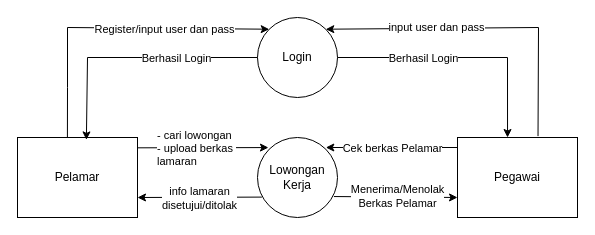
Before: page "DFD LEVEL 0" (2 of 5) of Diagram Tanpa Judul.drawio in aybe438/aybe438, a draw.io diagram. Source tidied: cells renumbered, new cells numbered last; positions are measured from the earlier drawing's top-left corner, leaving out a move shared by most shapes. Both pictures are drawn from the tidied source at 100%, with x=0, y=0 at pixel (17, 17).
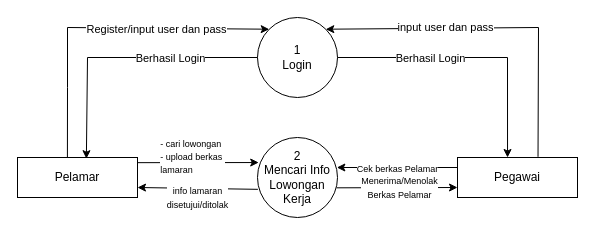
The same diagram, later.

What changed in the source:
```diff
@@
-    <mxCell id="2" value="Login" style="ellipse;whiteSpace=wrap;html=1;" parent="1" vertex="1">
+    <mxCell id="2" value="1&lt;br&gt;Login" style="ellipse;whiteSpace=wrap;html=1;" parent="1" vertex="1">
       <mxGeometry x="240" width="80" height="80" as="geometry" />
     </mxCell>
-    <mxCell id="3" value="Lowongan Kerja" style="ellipse;whiteSpace=wrap;html=1;" parent="1" vertex="1">
+    <mxCell id="3" value="2&lt;div&gt;Mencari Info Lowongan Kerja&lt;/div&gt;" style="ellipse;whiteSpace=wrap;html=1;" parent="1" vertex="1">
       <mxGeometry x="240" y="120" width="80" height="80" as="geometry" />
     </mxCell>
     <mxCell id="4" value="Pelamar" style="rounded=0;whiteSpace=wrap;html=1;" parent="1" vertex="1">
-      <mxGeometry y="120" width="120" height="80" as="geometry" />
+      <mxGeometry y="140" width="120" height="40" as="geometry" />
     </mxCell>
     <mxCell id="5" value="Pegawai" style="rounded=0;whiteSpace=wrap;html=1;" parent="1" vertex="1">
-      <mxGeometry x="440" y="120" width="120" height="80" as="geometry" />
+      <mxGeometry x="440" y="140" width="120" height="40" as="geometry" />
     </mxCell>
@@
-    <mxCell id="14" style="endArrow=classic;html=1;rounded=0;exitX=0.999;exitY=0.129;exitDx=0;exitDy=0;exitPerimeter=0;entryX=0.137;entryY=0.126;entryDx=0;entryDy=0;entryPerimeter=0;" parent="1" edge="1" source="4" target="3">
+    <mxCell id="14" style="endArrow=classic;html=1;rounded=0;exitX=0.999;exitY=0.129;exitDx=0;exitDy=0;exitPerimeter=0;entryX=0.015;entryY=0.313;entryDx=0;entryDy=0;entryPerimeter=0;" parent="1" edge="1" source="4" target="3">
       <mxGeometry relative="1" as="geometry" />
     </mxCell>
-    <mxCell id="15" value="&lt;div style=&quot;text-align: left;&quot;&gt;- cari lowongan&lt;/div&gt;&lt;div style=&quot;text-align: left;&quot;&gt;- upload berkas&amp;nbsp;&lt;/div&gt;&lt;div style=&quot;text-align: left;&quot;&gt;lamaran&lt;br&gt;&lt;/div&gt;" style="edgeLabel;html=1;align=center;verticalAlign=middle;" parent="14" vertex="1">
-      <mxGeometry x="-0.1" relative="1" as="geometry" />
+    <mxCell id="15" value="&lt;div style=&quot;text-align: left;&quot;&gt;&lt;font style=&quot;font-size: 9px;&quot;&gt;- cari lowongan&lt;/font&gt;&lt;/div&gt;&lt;div style=&quot;text-align: left;&quot;&gt;&lt;font style=&quot;font-size: 9px;&quot;&gt;- upload berkas&amp;nbsp;&lt;/font&gt;&lt;/div&gt;&lt;div style=&quot;text-align: left;&quot;&gt;&lt;font style=&quot;font-size: 9px;&quot;&gt;lamaran&lt;/font&gt;&lt;br&gt;&lt;/div&gt;" style="edgeLabel;html=1;align=center;verticalAlign=middle;" parent="14" vertex="1">
+      <mxGeometry x="-0.1" relative="1" as="geometry">
+        <mxPoint y="-7" as="offset" />
+      </mxGeometry>
     </mxCell>
-    <mxCell id="16" style="endArrow=classic;html=1;rounded=0;exitX=0.055;exitY=0.745;exitDx=0;exitDy=0;exitPerimeter=0;entryX=1;entryY=0.75;entryDx=0;entryDy=0;" parent="1" edge="1" source="3" target="4">
+    <mxCell id="16" style="endArrow=classic;html=1;rounded=0;exitX=0.005;exitY=0.648;exitDx=0;exitDy=0;exitPerimeter=0;entryX=1;entryY=0.75;entryDx=0;entryDy=0;" parent="1" edge="1" source="3" target="4">
       <mxGeometry relative="1" as="geometry" />
     </mxCell>
-    <mxCell id="17" value="info lamaran&lt;div&gt;disetujui/ditolak&lt;/div&gt;" style="edgeLabel;html=1;align=center;verticalAlign=middle;" parent="16" vertex="1">
-      <mxGeometry x="0.01" y="1" relative="1" as="geometry" />
+    <mxCell id="17" value="&lt;font style=&quot;font-size: 9px;&quot;&gt;info lamaran&lt;/font&gt;&lt;div&gt;&lt;font style=&quot;font-size: 9px;&quot;&gt;disetujui/ditolak&lt;/font&gt;&lt;/div&gt;" style="edgeLabel;html=1;align=center;verticalAlign=middle;" parent="16" vertex="1">
+      <mxGeometry x="0.01" y="1" relative="1" as="geometry">
+        <mxPoint y="8" as="offset" />
+      </mxGeometry>
     </mxCell>
-    <mxCell id="18" style="endArrow=classic;html=1;rounded=0;exitX=0;exitY=0.125;exitDx=0;exitDy=0;exitPerimeter=0;entryX=0.854;entryY=0.125;entryDx=0;entryDy=0;entryPerimeter=0;" parent="1" edge="1" source="5" target="3">
+    <mxCell id="18" style="endArrow=classic;html=1;rounded=0;exitX=0;exitY=0.25;exitDx=0;exitDy=0;entryX=0.992;entryY=0.375;entryDx=0;entryDy=0;entryPerimeter=0;" parent="1" edge="1" source="5" target="3">
       <mxGeometry relative="1" as="geometry" />
     </mxCell>
-    <mxCell id="19" value="Cek berkas Pelamar" style="edgeLabel;html=1;align=center;verticalAlign=middle;" parent="18" vertex="1">
+    <mxCell id="19" value="&lt;font style=&quot;font-size: 9px;&quot;&gt;Cek berkas Pelamar&lt;/font&gt;" style="edgeLabel;html=1;align=center;verticalAlign=middle;" parent="18" vertex="1">
       <mxGeometry x="0.01" relative="1" as="geometry" />
     </mxCell>
-    <mxCell id="20" style="endArrow=classic;html=1;rounded=0;exitX=0.955;exitY=0.738;exitDx=0;exitDy=0;exitPerimeter=0;entryX=0;entryY=0.75;entryDx=0;entryDy=0;" parent="1" edge="1" source="3" target="5">
+    <mxCell id="20" style="endArrow=classic;html=1;rounded=0;exitX=0.988;exitY=0.629;exitDx=0;exitDy=0;exitPerimeter=0;entryX=0;entryY=0.75;entryDx=0;entryDy=0;" parent="1" edge="1" source="3" target="5">
       <mxGeometry relative="1" as="geometry" />
     </mxCell>
-    <mxCell id="21" value="Menerima/Menolak&lt;div&gt;Berkas Pelamar&lt;/div&gt;" style="edgeLabel;html=1;align=center;verticalAlign=middle;" parent="20" vertex="1">
+    <mxCell id="21" value="&lt;font style=&quot;font-size: 9px;&quot;&gt;Menerima/Menolak&lt;/font&gt;&lt;div&gt;&lt;font style=&quot;font-size: 9px;&quot;&gt;Berkas Pelamar&lt;/font&gt;&lt;/div&gt;" style="edgeLabel;html=1;align=center;verticalAlign=middle;" parent="20" vertex="1">
       <mxGeometry x="0.02" y="1" relative="1" as="geometry" />
     </mxCell>
```
